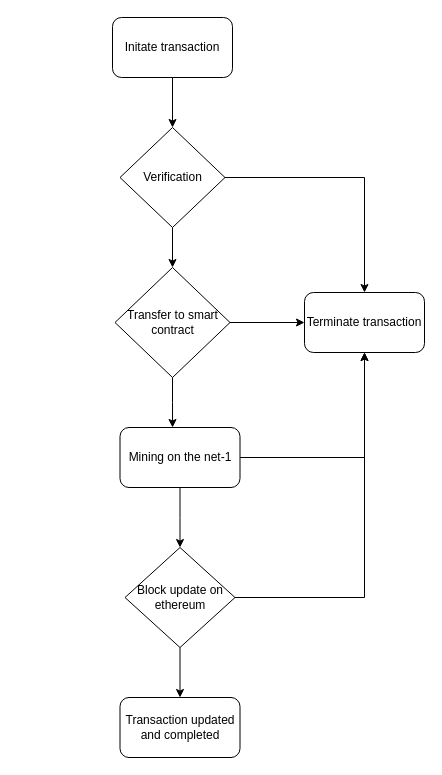
Earlier version of the draw.io diagram Flowchart Diagram.drawio (AMALj248/Distrubuted_cryptocurrency_exchage). Source tidied: cells renumbered, new cells numbered last; positions are measured from the earlier drawing's top-left corner, leaving out a move shared by most shapes. Both pictures are drawn from the tidied source at 100%, with x=0, y=0 at pixel (112, 17).
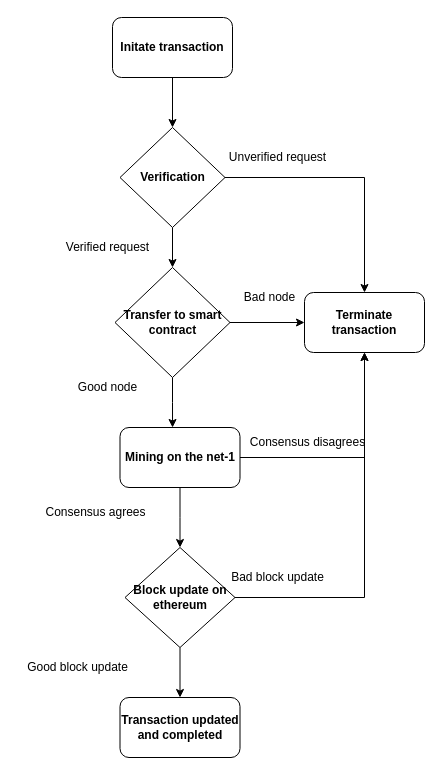
Above is the later version.

Change to the diagram source:
```diff
@@
-    <mxCell id="3" value="Initate transaction" style="rounded=1;whiteSpace=wrap;html=1;" parent="1" vertex="1">
+    <mxCell id="3" value="&lt;b&gt;Initate transaction&lt;/b&gt;" style="rounded=1;whiteSpace=wrap;html=1;" parent="1" vertex="1">
       <mxGeometry width="120" height="60" as="geometry" />
     </mxCell>
@@
-    <mxCell id="6" value="Verification" style="rhombus;whiteSpace=wrap;html=1;" parent="1" vertex="1">
+    <mxCell id="6" value="&lt;b&gt;Verification&lt;/b&gt;" style="rhombus;whiteSpace=wrap;html=1;" parent="1" vertex="1">
       <mxGeometry x="7.5" y="110" width="105" height="100" as="geometry" />
     </mxCell>
@@
-    <mxCell id="9" value="Transfer to smart contract" style="rhombus;whiteSpace=wrap;html=1;" parent="1" vertex="1">
+    <mxCell id="9" value="&lt;b&gt;Transfer to smart contract&lt;/b&gt;" style="rhombus;whiteSpace=wrap;html=1;" parent="1" vertex="1">
       <mxGeometry x="2.5" y="250" width="115" height="110" as="geometry" />
     </mxCell>
@@
-    <mxCell id="12" value="Mining on the net-1" style="rounded=1;whiteSpace=wrap;html=1;" parent="1" vertex="1">
+    <mxCell id="12" value="&lt;b&gt;Mining on the net-1&lt;/b&gt;" style="rounded=1;whiteSpace=wrap;html=1;" parent="1" vertex="1">
       <mxGeometry x="7.5" y="410" width="120" height="60" as="geometry" />
     </mxCell>
-    <mxCell id="13" value="Terminate transaction" style="rounded=1;whiteSpace=wrap;html=1;" parent="1" vertex="1">
+    <mxCell id="13" value="&lt;b&gt;Terminate transaction&lt;/b&gt;" style="rounded=1;whiteSpace=wrap;html=1;" parent="1" vertex="1">
       <mxGeometry x="192" y="275" width="120" height="60" as="geometry" />
     </mxCell>
@@
-    <mxCell id="16" value="Block update on ethereum" style="rhombus;whiteSpace=wrap;html=1;" parent="1" vertex="1">
+    <mxCell id="16" value="&lt;b&gt;Block update on ethereum&lt;/b&gt;" style="rhombus;whiteSpace=wrap;html=1;" parent="1" vertex="1">
       <mxGeometry x="12.5" y="530" width="110" height="100" as="geometry" />
     </mxCell>
-    <mxCell id="17" value="Transaction updated and completed" style="rounded=1;whiteSpace=wrap;html=1;" parent="1" vertex="1">
+    <mxCell id="17" value="&lt;b&gt;Transaction updated and completed&lt;/b&gt;" style="rounded=1;whiteSpace=wrap;html=1;" parent="1" vertex="1">
       <mxGeometry x="7.5" y="680" width="120" height="60" as="geometry" />
     </mxCell>
+    <mxCell id="18" value="Unverified request" style="text;html=1;align=center;verticalAlign=middle;strokeColor=none;fillColor=none;" parent="1" vertex="1">
+      <mxGeometry x="105" y="125" width="120" height="30" as="geometry" />
+    </mxCell>
+    <mxCell id="19" value="Verified request" style="text;html=1;align=center;verticalAlign=middle;strokeColor=none;fillColor=none;" parent="1" vertex="1">
+      <mxGeometry x="-55" y="215" width="100" height="30" as="geometry" />
+    </mxCell>
+    <mxCell id="20" value="Bad node" style="text;html=1;align=center;verticalAlign=middle;strokeColor=none;fillColor=none;" parent="1" vertex="1">
+      <mxGeometry x="122" y="265" width="70" height="30" as="geometry" />
+    </mxCell>
+    <mxCell id="21" value="Good node" style="text;html=1;align=center;verticalAlign=middle;strokeColor=none;fillColor=none;" parent="1" vertex="1">
+      <mxGeometry x="-45" y="355" width="80" height="30" as="geometry" />
+    </mxCell>
+    <mxCell id="22" value="Consensus disagrees" style="text;html=1;align=center;verticalAlign=middle;strokeColor=none;fillColor=none;" parent="1" vertex="1">
+      <mxGeometry x="125" y="410" width="140" height="30" as="geometry" />
+    </mxCell>
+    <mxCell id="23" value="Consensus agrees" style="text;html=1;align=center;verticalAlign=middle;strokeColor=none;fillColor=none;" parent="1" vertex="1">
+      <mxGeometry x="-77.5" y="480" width="120" height="30" as="geometry" />
+    </mxCell>
+    <mxCell id="24" value="Bad block update" style="text;html=1;align=center;verticalAlign=middle;strokeColor=none;fillColor=none;" parent="1" vertex="1">
+      <mxGeometry x="110" y="545" width="110" height="30" as="geometry" />
+    </mxCell>
+    <mxCell id="25" value="Good block update" style="text;html=1;align=center;verticalAlign=middle;strokeColor=none;fillColor=none;" parent="1" vertex="1">
+      <mxGeometry x="-95" y="635" width="120" height="30" as="geometry" />
+    </mxCell>
```
